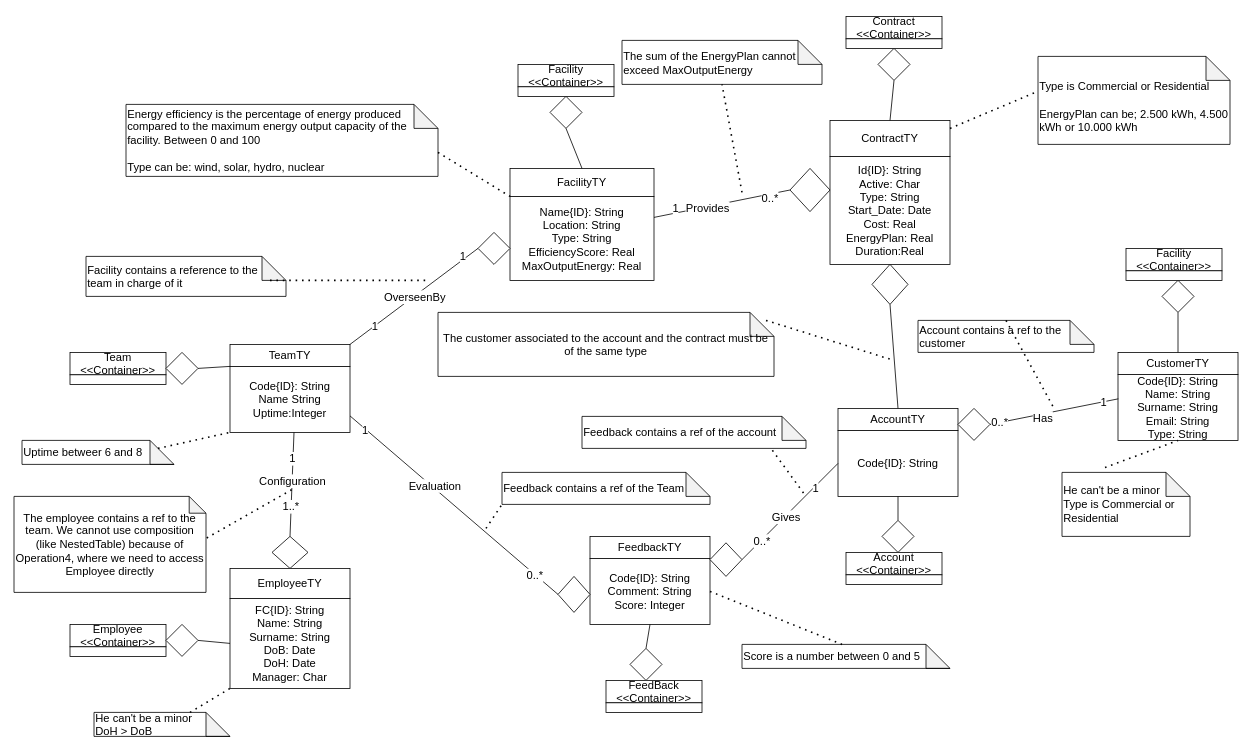
Fonty02/DBSystems keeps this draw.io diagram as Exam/Documentation/Draw/UML.drawio. Above is the earlier version. Source tidied: cells renumbered, new cells numbered last; positions are measured from the earlier drawing's top-left corner, leaving out a move shared by most shapes. Both pictures are drawn from the tidied source at 80%, with x=0, y=0 at pixel (14, 16).
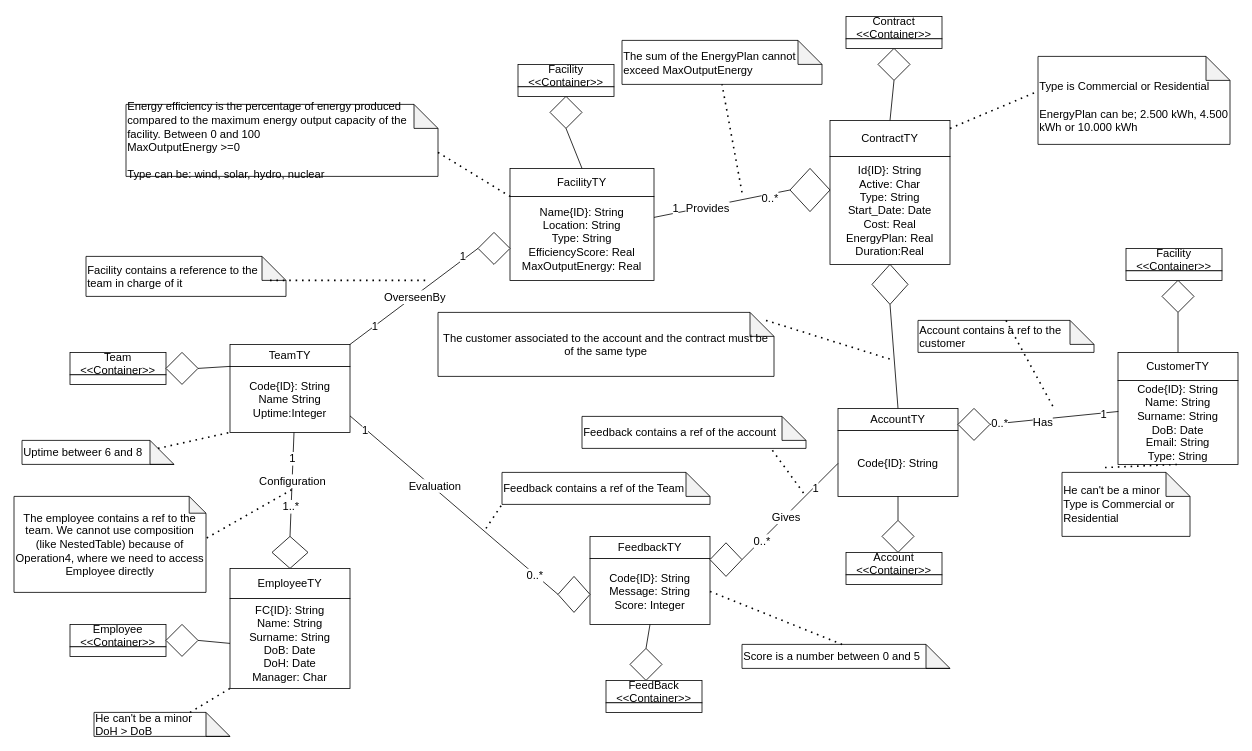
After the change.

The change refers to these unchanged cells:
```xml
<mxCell id="19" style="group;fontSize=14;" parent="1" vertex="1">
  <mxGeometry x="720" y="650" width="150" height="110" as="geometry" />
</mxCell>
```

Change to the diagram source:
```diff
@@
     <mxCell id="15" style="group;fontSize=14;" parent="1" vertex="1">
-      <mxGeometry x="1380" y="420" width="150" height="110" as="geometry" />
+      <mxGeometry x="1380" y="420" width="150" height="140" as="geometry" />
     </mxCell>
@@
     <mxCell id="17" value="CustomerTY" style="rounded=0;whiteSpace=wrap;html=1;fontSize=14;" parent="15" vertex="1">
-      <mxGeometry width="150" height="27.5" as="geometry" />
+      <mxGeometry width="150" height="35" as="geometry" />
     </mxCell>
-    <mxCell id="18" value="Code{ID}: String&lt;div&gt;Name: String&lt;/div&gt;&lt;div&gt;Surname: String&lt;/div&gt;&lt;div&gt;Email: String&lt;/div&gt;&lt;div&gt;Type: String&lt;/div&gt;" style="rounded=0;whiteSpace=wrap;html=1;fontSize=14;" parent="15" vertex="1">
-      <mxGeometry y="27.5" width="150" height="82.5" as="geometry" />
+    <mxCell id="18" value="Code{ID}: String&lt;div&gt;Name: String&lt;/div&gt;&lt;div&gt;Surname: String&lt;/div&gt;&lt;div&gt;DoB: Date&lt;/div&gt;&lt;div&gt;Email: String&lt;/div&gt;&lt;div&gt;Type: String&lt;/div&gt;" style="rounded=0;whiteSpace=wrap;html=1;fontSize=14;" parent="15" vertex="1">
+      <mxGeometry y="35" width="150" height="105" as="geometry" />
     </mxCell>
@@
-    <mxCell id="22" value="Code{ID}: String&lt;div&gt;Comment: String&lt;/div&gt;&lt;div&gt;Score: Integer&lt;/div&gt;" style="rounded=0;whiteSpace=wrap;html=1;fontSize=14;" parent="19" vertex="1">
+    <mxCell id="22" value="Code{ID}: String&lt;div&gt;Message: String&lt;/div&gt;&lt;div&gt;Score: Integer&lt;/div&gt;" style="rounded=0;whiteSpace=wrap;html=1;fontSize=14;" parent="19" vertex="1">
       <mxGeometry y="27.5" width="150" height="82.5" as="geometry" />
     </mxCell>
@@
-    <mxCell id="70" value="Energy efficiency is the percentage of energy produced compared to the maximum energy output capacity of the facility. Between 0 and 100&lt;div&gt;&lt;br&gt;&lt;/div&gt;&lt;div&gt;Type can be: wind, solar, hydro, nuclear&lt;/div&gt;" style="shape=note;whiteSpace=wrap;html=1;backgroundOutline=1;darkOpacity=0.05;align=left;fontSize=14;" parent="1" vertex="1">
+    <mxCell id="70" value="Energy efficiency is the percentage of energy produced compared to the maximum energy output capacity of the facility. Between 0 and 100&lt;div&gt;MaxOutputEnergy &amp;gt;=0&lt;br&gt;&lt;div&gt;&lt;br&gt;&lt;/div&gt;&lt;div&gt;Type can be: wind, solar, hydro, nuclear&lt;/div&gt;&lt;/div&gt;" style="shape=note;whiteSpace=wrap;html=1;backgroundOutline=1;darkOpacity=0.05;align=left;fontSize=14;" parent="1" vertex="1">
       <mxGeometry x="140" y="110" width="390" height="90" as="geometry" />
     </mxCell>
```
